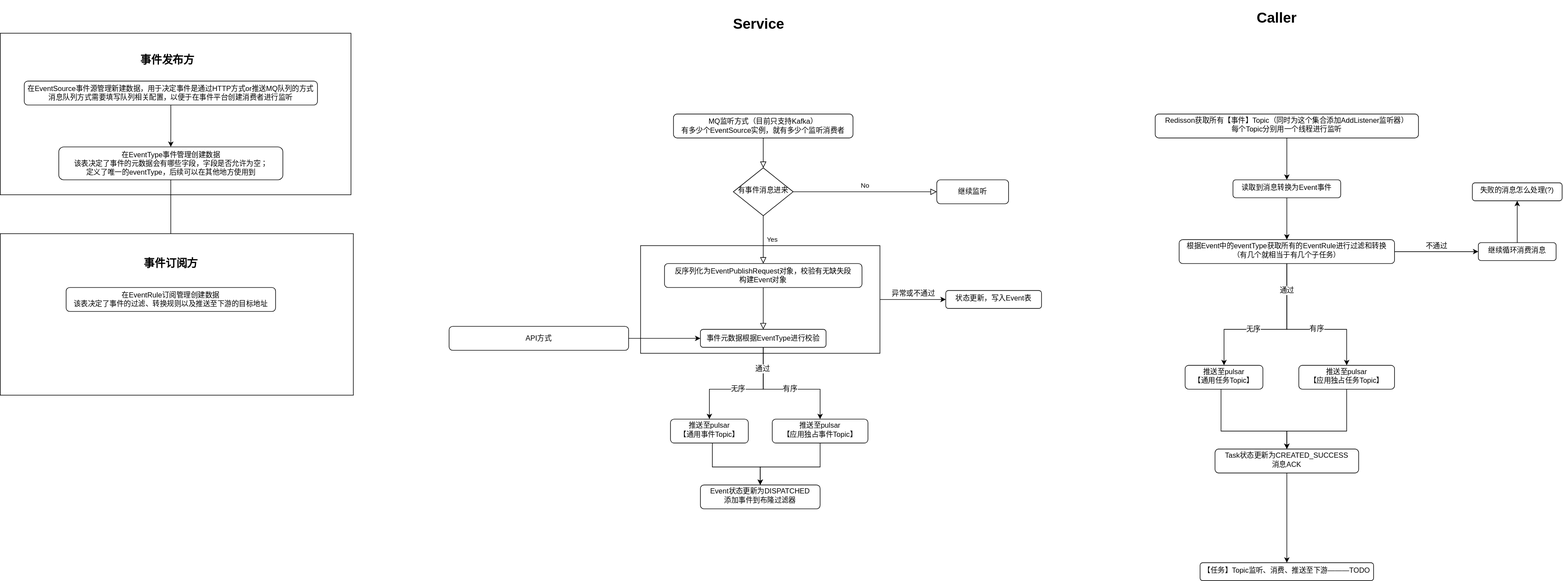
Earlier version of the draw.io export 事件.drawio.svg (1171229771/draw). Source tidied: cells renumbered, new cells last; positions are measured from the earlier drawing's top-left corner, leaving out a move shared by most shapes.
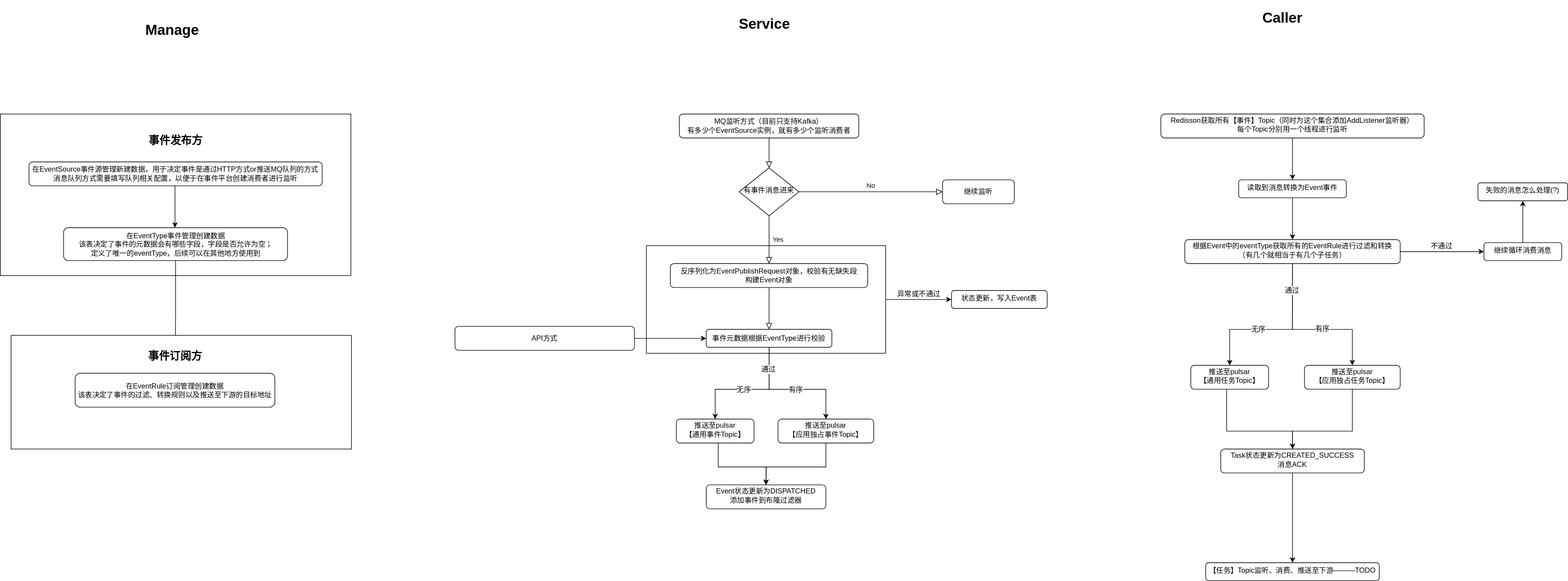
The same file after the commit.

What changed in the source:
```diff
@@ -206,31 +206,41 @@
       <mxGeometry x="2095" width="100" height="60" as="geometry" />
     </mxCell>
     <mxCell id="51" style="rounded=0;whiteSpace=wrap;html=1;" parent="1" vertex="1">
-      <mxGeometry y="45" width="586" height="270" as="geometry" />
+      <mxGeometry x="-10" y="180" width="586" height="270" as="geometry" />
     </mxCell>
     <mxCell id="52" value="在EventSource事件源管理新建数据，用于决定事件是通过HTTP方式or推送MQ队列的方式&lt;br&gt;消息队列方式需要填写队列相关配置，以便于在事件平台创建消费者进行监听" style="rounded=1;whiteSpace=wrap;html=1;" parent="51" vertex="1">
-      <mxGeometry x="40" y="80" width="490" height="40" as="geometry" />
+      <mxGeometry x="48" y="80" width="490" height="40" as="geometry" />
     </mxCell>
     <mxCell id="53" value="在EventType事件管理创建数据&lt;br&gt;该表决定了事件的元数据会有哪些字段，字段是否允许为空；&lt;br&gt;定义了唯一的eventType，后续可以在其他地方使用到" style="rounded=1;whiteSpace=wrap;html=1;" parent="51" vertex="1">
-      <mxGeometry x="97.7" y="190" width="374.5" height="55" as="geometry" />
+      <mxGeometry x="105.7" y="190" width="374.5" height="55" as="geometry" />
     </mxCell>
-    <mxCell id="54" style="edgeStyle=orthogonalEdgeStyle;rounded=0;jettySize=auto;html=1;" parent="51" edge="1" source="52" target="53">
-      <mxGeometry relative="1" as="geometry" />
+    <mxCell id="54" style="edgeStyle=orthogonalEdgeStyle;rounded=0;orthogonalLoop=1;jettySize=auto;html=1;" parent="51" edge="1">
+      <mxGeometry relative="1" as="geometry">
+        <mxPoint x="292" y="120" as="sourcePoint" />
+        <mxPoint x="292" y="190" as="targetPoint" />
+        <Array as="points">
+          <mxPoint x="292" y="155" />
+          <mxPoint x="292" y="155" />
+        </Array>
+      </mxGeometry>
     </mxCell>
     <mxCell id="55" value="&lt;h2&gt;事件发布方&lt;/h2&gt;" style="text;html=1;strokeColor=none;fillColor=none;align=center;verticalAlign=middle;whiteSpace=wrap;rounded=0;" parent="51" vertex="1">
-      <mxGeometry x="230" y="15" width="98.6" height="60" as="geometry" />
+      <mxGeometry x="243.7" y="15" width="98.6" height="60" as="geometry" />
     </mxCell>
     <mxCell id="56" style="edgeStyle=orthogonalEdgeStyle;rounded=0;jettySize=auto;html=1;" parent="1" edge="1" source="53" target="58">
       <mxGeometry relative="1" as="geometry" />
     </mxCell>
     <mxCell id="57" style="rounded=0;whiteSpace=wrap;html=1;" parent="1" vertex="1">
-      <mxGeometry y="380" width="590" height="270" as="geometry" />
+      <mxGeometry x="8" y="550" width="569" height="190" as="geometry" />
     </mxCell>
     <mxCell id="58" value="在EventRule订阅管理创建数据&lt;br&gt;该表决定了事件的过滤、转换规则以及推送至下游的目标地址" style="whiteSpace=wrap;html=1;rounded=1;" parent="57" vertex="1">
-      <mxGeometry x="110" y="90" width="350" height="40" as="geometry" />
+      <mxGeometry x="107.1" y="63.3" width="333.9" height="56.7" as="geometry" />
     </mxCell>
     <mxCell id="59" value="&lt;h2&gt;事件订阅方&lt;/h2&gt;" style="text;html=1;strokeColor=none;fillColor=none;align=center;verticalAlign=middle;whiteSpace=wrap;rounded=0;" parent="57" vertex="1">
-      <mxGeometry x="235.7" y="20" width="98.6" height="60" as="geometry" />
+      <mxGeometry x="227.3" y="14.1" width="95.1" height="42.2" as="geometry" />
     </mxCell>
+    <mxCell id="60" value="&lt;h1&gt;Manage&lt;/h1&gt;" style="text;html=1;strokeColor=none;fillColor=none;spacing=5;spacingTop=-20;whiteSpace=wrap;overflow=hidden;rounded=0;" parent="1" vertex="1">
+      <mxGeometry x="228" y="20" width="110" height="60" as="geometry" />
+    </mxCell>
   </root>
 </mxGraphModel>
```
